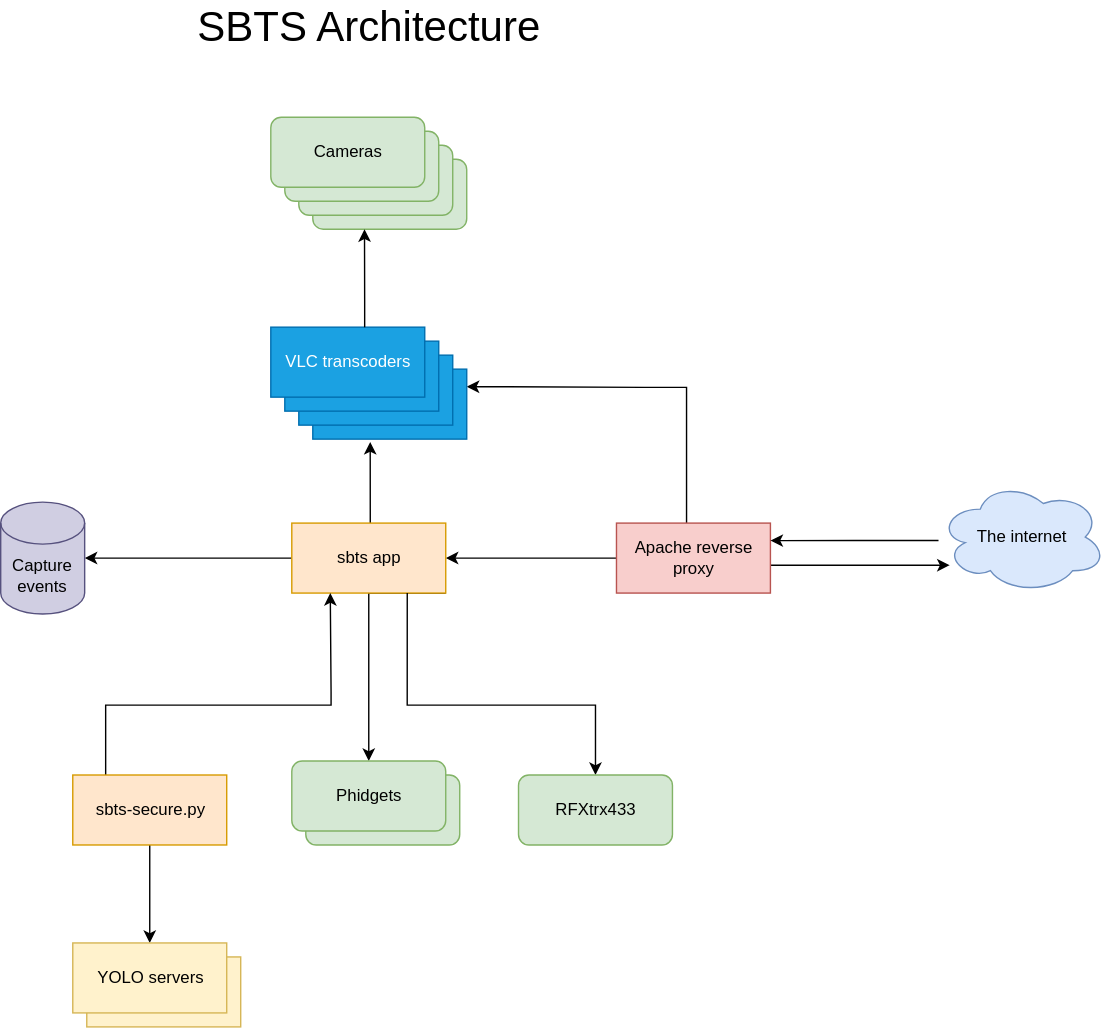
This is docs/images/sbts-arch.drawio.svg from hcfman/sbts-install, a draw.io export, as it was before one commit. Source tidied: cells renumbered, new cells last; positions are measured from the earlier drawing's top-left corner, leaving out a move shared by most shapes.
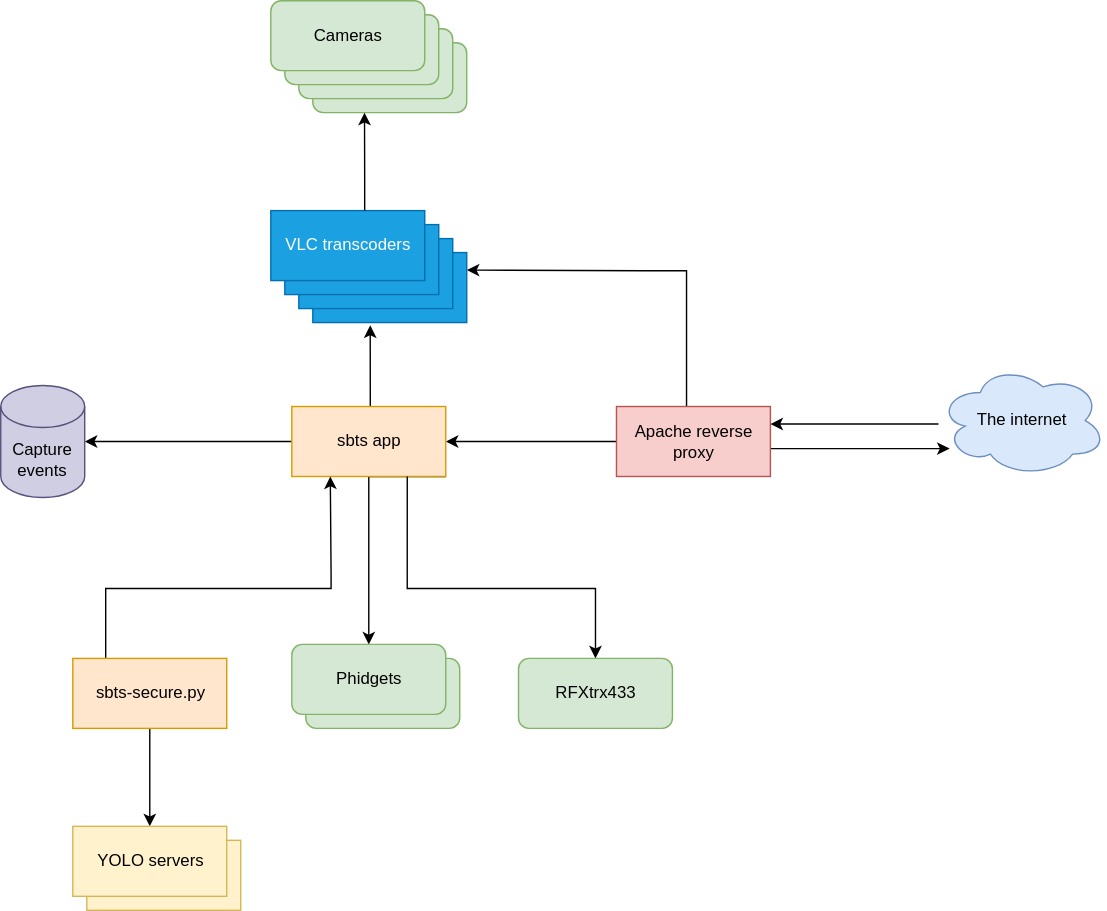
Later version of the same file.

Change to the diagram source:
```diff
@@ -144,8 +144,5 @@
     <mxCell id="35" value="YOLO servers" style="html=1;rounded=0;fillColor=#fff2cc;strokeColor=#d6b656;" parent="33" vertex="1">
       <mxGeometry width="110" height="50" as="geometry" />
     </mxCell>
-    <mxCell id="36" value="&lt;font style=&quot;font-size: 30px&quot;&gt;SBTS Architecture&lt;/font&gt;" style="text;html=1;align=center;verticalAlign=middle;strokeColor=none;fillColor=none;" parent="1" vertex="1">
-      <mxGeometry x="133" width="260" height="30" as="geometry" />
-    </mxCell>
   </root>
 </mxGraphModel>
```
